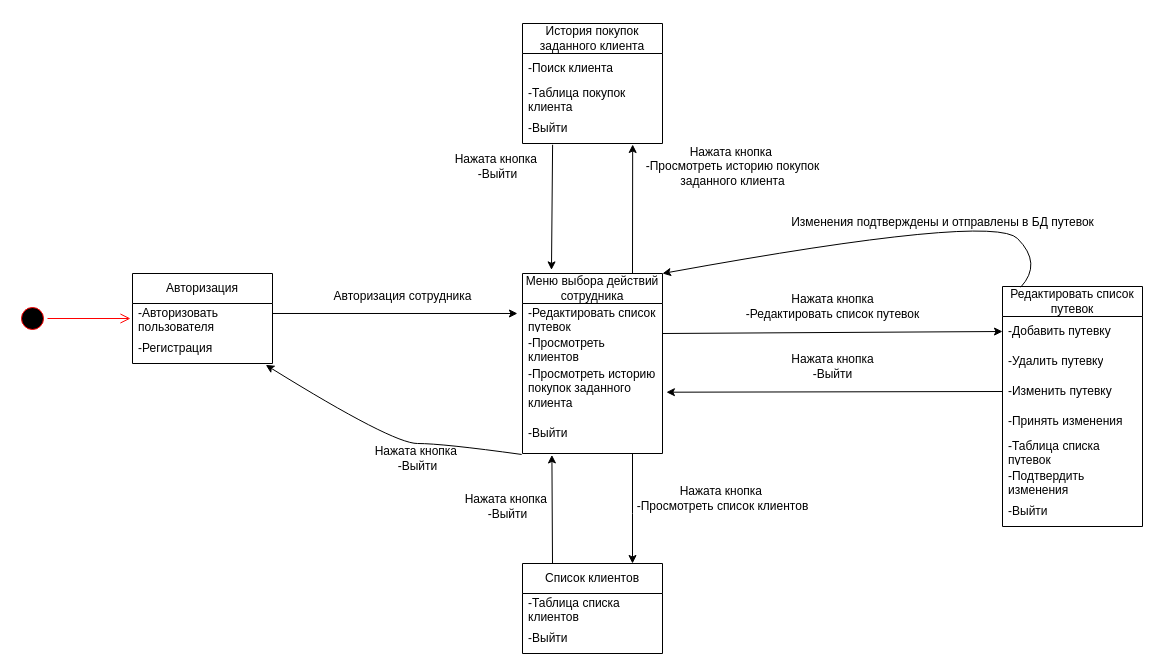
Korobkov124/Interface-layout.Task4 keeps this draw.io diagram as Диаграмма переходов СОТРУДНИК.drawio. Above is the earlier version. Source tidied: cells renumbered, new cells numbered last; positions are measured from the earlier drawing's top-left corner, leaving out a move shared by most shapes. Both pictures are drawn from the tidied source at 100%, with x=0, y=0 at pixel (17, 23).
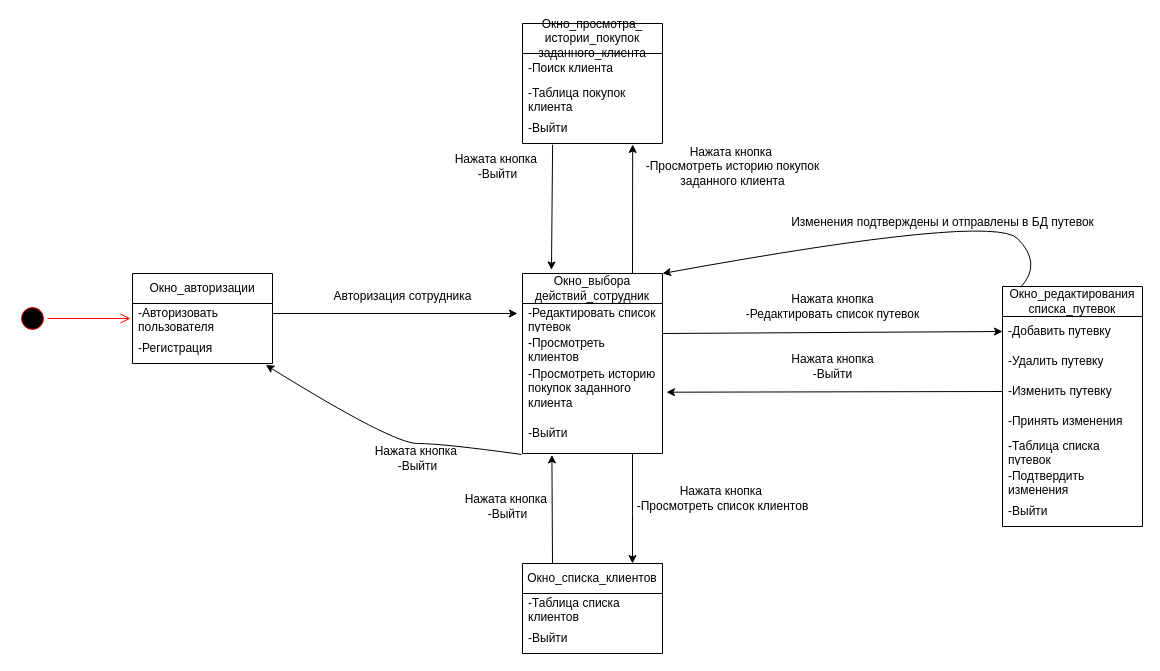
The same diagram, later.

Diff of the diagram source:
```diff
@@
-    <mxCell id="4" value="Авторизация" style="swimlane;fontStyle=0;horizontal=1;startSize=30;whiteSpace=wrap;html=1;" parent="1" vertex="1">
+    <mxCell id="4" value="Окно_авторизации" style="swimlane;fontStyle=0;horizontal=1;startSize=30;whiteSpace=wrap;html=1;" parent="1" vertex="1">
       <mxGeometry x="115" y="250" width="140" height="90" as="geometry" />
     </mxCell>
@@
-    <mxCell id="7" value="Меню выбора действий сотрудника" style="swimlane;fontStyle=0;horizontal=1;startSize=30;whiteSpace=wrap;html=1;" parent="1" vertex="1">
+    <mxCell id="7" value="Окно_выбора&lt;br&gt;действий_сотрудник" style="swimlane;fontStyle=0;horizontal=1;startSize=30;whiteSpace=wrap;html=1;" parent="1" vertex="1">
       <mxGeometry x="505" y="250" width="140" height="180" as="geometry" />
     </mxCell>
@@
-    <mxCell id="17" value="Редактировать список путевок" style="swimlane;fontStyle=0;horizontal=1;startSize=30;whiteSpace=wrap;html=1;" parent="1" vertex="1">
+    <mxCell id="17" value="Окно_редактирования&lt;br&gt;списка_путевок" style="swimlane;fontStyle=0;horizontal=1;startSize=30;whiteSpace=wrap;html=1;" parent="1" vertex="1">
       <mxGeometry x="985" y="263" width="140" height="240" as="geometry" />
     </mxCell>
@@
-    <mxCell id="31" value="Список клиентов" style="swimlane;fontStyle=0;horizontal=1;startSize=30;whiteSpace=wrap;html=1;" parent="1" vertex="1">
+    <mxCell id="31" value="Окно_списка_клиентов" style="swimlane;fontStyle=0;horizontal=1;startSize=30;whiteSpace=wrap;html=1;" parent="1" vertex="1">
       <mxGeometry x="505" y="540" width="140" height="90" as="geometry" />
     </mxCell>
@@
-    <mxCell id="37" value="История покупок заданного клиента" style="swimlane;fontStyle=0;horizontal=1;startSize=30;whiteSpace=wrap;html=1;" parent="1" vertex="1">
+    <mxCell id="37" value="Окно_просмотра_&lt;br&gt;истории_покупок&lt;br&gt;заданного_клиента" style="swimlane;fontStyle=0;horizontal=1;startSize=30;whiteSpace=wrap;html=1;" parent="1" vertex="1">
       <mxGeometry x="505" width="140" height="120" as="geometry" />
     </mxCell>
```
